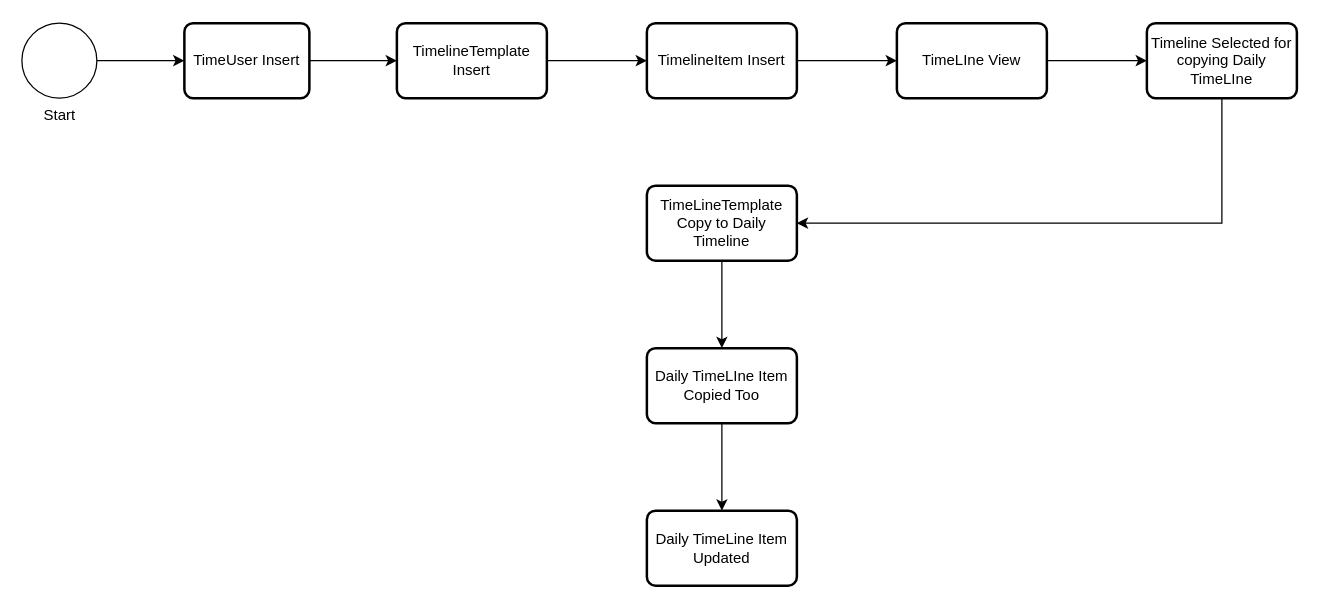
Earlier version of the draw.io diagram timeline_flow_chart_map_v0.9.drawio (mincoln419/times_line). Source tidied: cells renumbered, new cells numbered last; positions are measured from the earlier drawing's top-left corner, leaving out a move shared by most shapes. Both pictures are drawn from the tidied source at 125%, with x=0, y=0 at pixel (21, 22).
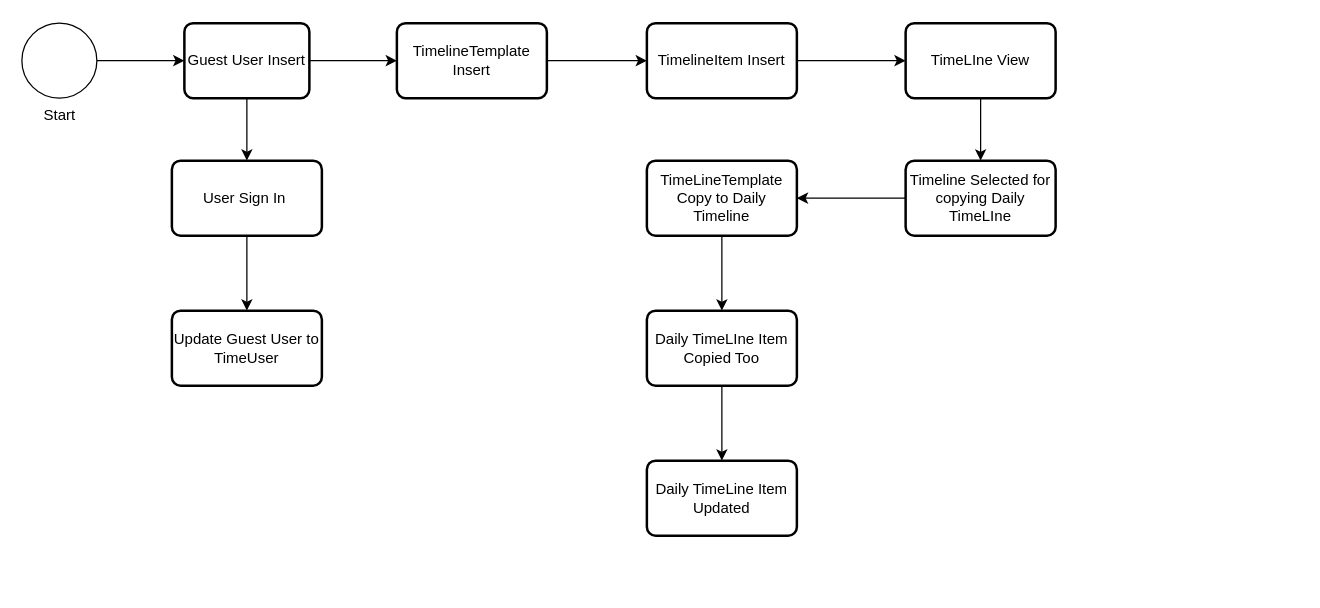
The same diagram, later.

Commit message:
refs #21 Updates timeline flow chart

Refines the timeline flow chart to better represent the user insert process and the daily timeline copy mechanism.

It includes adjustments to node labels, positions, and connections to improve clarity and accuracy.

Diff of the diagram source:
```diff
@@
+    <mxCell id="19" style="edgeStyle=orthogonalEdgeStyle;rounded=0;jettySize=auto;html=1;" parent="1" edge="1" source="5" target="21">
+      <mxGeometry relative="1" as="geometry" />
+    </mxCell>
-    <mxCell id="5" value="TimeUser Insert" style="rounded=1;whiteSpace=wrap;html=1;absoluteArcSize=1;arcSize=14;strokeWidth=2;" parent="1" vertex="1">
+    <mxCell id="5" value="Guest&amp;nbsp;&lt;span style=&quot;background-color: transparent; color: light-dark(rgb(0, 0, 0), rgb(255, 255, 255));&quot;&gt;User Insert&lt;/span&gt;" style="rounded=1;whiteSpace=wrap;html=1;absoluteArcSize=1;arcSize=14;strokeWidth=2;" parent="1" vertex="1">
       <mxGeometry x="130" width="100" height="60" as="geometry" />
     </mxCell>
@@
     <mxCell id="11" value="TimeLIne View" style="rounded=1;whiteSpace=wrap;html=1;absoluteArcSize=1;arcSize=14;strokeWidth=2;" parent="1" vertex="1">
-      <mxGeometry x="700" width="120" height="60" as="geometry" />
+      <mxGeometry x="707" width="120" height="60" as="geometry" />
     </mxCell>
@@
     <mxCell id="13" value="TimeLineTemplate Copy to Daily Timeline" style="rounded=1;whiteSpace=wrap;html=1;absoluteArcSize=1;arcSize=14;strokeWidth=2;" parent="1" vertex="1">
-      <mxGeometry x="500" y="130" width="120" height="60" as="geometry" />
+      <mxGeometry x="500" y="110" width="120" height="60" as="geometry" />
     </mxCell>
@@
     <mxCell id="15" value="Daily TimeLIne Item Copied Too" style="rounded=1;whiteSpace=wrap;html=1;absoluteArcSize=1;arcSize=14;strokeWidth=2;" parent="1" vertex="1">
-      <mxGeometry x="500" y="260" width="120" height="60" as="geometry" />
+      <mxGeometry x="500" y="230" width="120" height="60" as="geometry" />
     </mxCell>
     <mxCell id="16" value="Daily TimeLine Item Updated" style="rounded=1;whiteSpace=wrap;html=1;absoluteArcSize=1;arcSize=14;strokeWidth=2;" parent="1" vertex="1">
-      <mxGeometry x="500" y="390" width="120" height="60" as="geometry" />
+      <mxGeometry x="500" y="350" width="120" height="60" as="geometry" />
     </mxCell>
     <mxCell id="17" style="edgeStyle=orthogonalEdgeStyle;rounded=0;jettySize=auto;html=1;" parent="1" edge="1" source="18" target="13">
       <mxGeometry relative="1" as="geometry">
         <Array as="points">
-          <mxPoint x="960" y="160" />
+          <mxPoint x="710" y="140" />
+          <mxPoint x="710" y="140" />
         </Array>
       </mxGeometry>
     </mxCell>
     <mxCell id="18" value="Timeline Selected for copying Daily TimeLIne" style="rounded=1;whiteSpace=wrap;html=1;absoluteArcSize=1;arcSize=14;strokeWidth=2;" parent="1" vertex="1">
-      <mxGeometry x="900" width="120" height="60" as="geometry" />
+      <mxGeometry x="707" y="110" width="120" height="60" as="geometry" />
     </mxCell>
+    <mxCell id="20" style="edgeStyle=orthogonalEdgeStyle;rounded=0;jettySize=auto;html=1;" parent="1" edge="1" source="21" target="22">
+      <mxGeometry relative="1" as="geometry" />
+    </mxCell>
+    <mxCell id="21" value="User Sign In&amp;nbsp;" style="rounded=1;whiteSpace=wrap;html=1;absoluteArcSize=1;arcSize=14;strokeWidth=2;" parent="1" vertex="1">
+      <mxGeometry x="120" y="110" width="120" height="60" as="geometry" />
+    </mxCell>
+    <mxCell id="22" value="Update Guest User to TimeUser" style="rounded=1;whiteSpace=wrap;html=1;absoluteArcSize=1;arcSize=14;strokeWidth=2;" parent="1" vertex="1">
+      <mxGeometry x="120" y="230" width="120" height="60" as="geometry" />
+    </mxCell>
```
